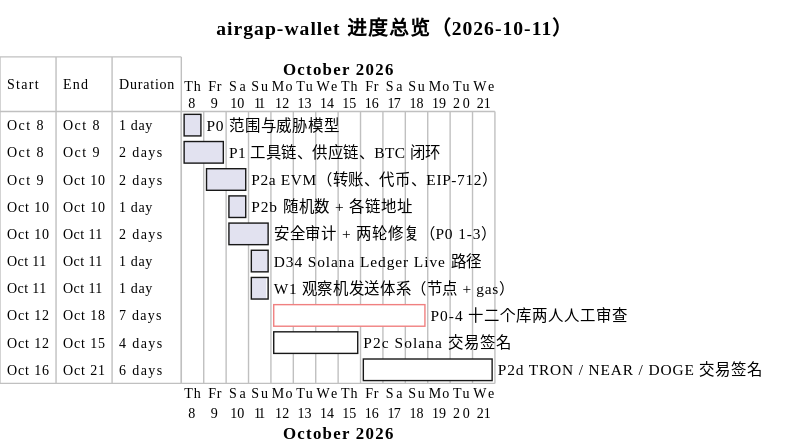
Well365/si4ColdWallet keeps this PlantUML diagram as docs/progress/overview.svg. Above is the earlier version. The source it was exported from:
```plantuml
@startgantt overview
title airgap-wallet 进度总览（2026-10-11）
skinparam defaultFontName "PingFang SC"
project starts 2026-10-08
[P0 范围与威胁模型] starts 2026-10-08 and lasts 1 day
[P0 范围与威胁模型] is 100% completed
[P1 工具链、供应链、BTC 闭环] starts 2026-10-08 and lasts 2 days
[P1 工具链、供应链、BTC 闭环] is 100% completed
[P2a EVM（转账、代币、EIP-712）] starts 2026-10-09 and lasts 2 days
[P2a EVM（转账、代币、EIP-712）] is 100% completed
[P2b 随机数 + 各链地址] starts 2026-10-10 and lasts 1 day
[P2b 随机数 + 各链地址] is 100% completed
[安全审计 + 两轮修复（P0 1-3）] starts 2026-10-10 and lasts 2 days
[安全审计 + 两轮修复（P0 1-3）] is 100% completed
[D34 Solana Ledger Live 路径] starts 2026-10-11 and lasts 1 day
[D34 Solana Ledger Live 路径] is 100% completed
[W1 观察机发送体系（节点 + gas）] starts 2026-10-11 and lasts 1 day
[W1 观察机发送体系（节点 + gas）] is 90% completed
[P0-4 十二个库两人人工审查] starts 2026-10-12 and lasts 7 days
[P0-4 十二个库两人人工审查] is 0% completed
[P0-4 十二个库两人人工审查] is colored in LightCoral
[P2c Solana 交易签名] starts 2026-10-12 and lasts 4 days
[P2c Solana 交易签名] is 0% completed
[P2d TRON / NEAR / DOGE 交易签名] starts 2026-10-16 and lasts 6 days
[P2d TRON / NEAR / DOGE 交易签名] is 0% completed
@endgantt
```
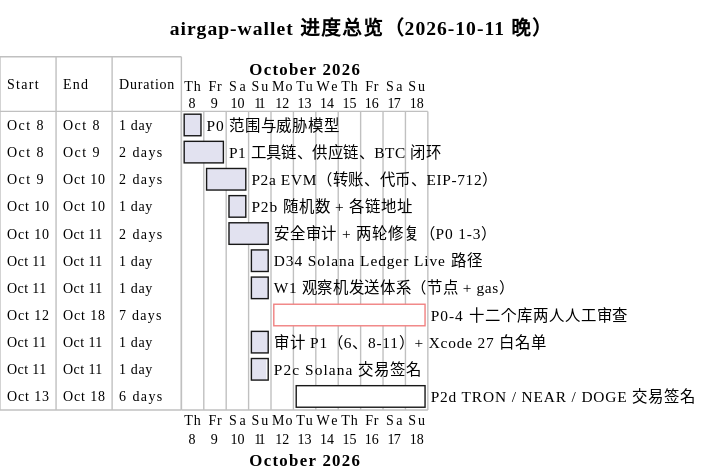
The same file after the commit.

Commit message:
docs: D37 Solana rules, threat-model SOL row, P2c Feynman report (zh/en), progress diagrams

Diff of the diagram source:
```diff
@@ -1,5 +1,5 @@
 @startgantt overview
-title airgap-wallet 进度总览（2026-10-11）
+title airgap-wallet 进度总览（2026-10-11 晚）
 skinparam defaultFontName "PingFang SC"
 project starts 2026-10-08
 [P0 范围与威胁模型] starts 2026-10-08 and lasts 1 day
@@ -15,12 +15,14 @@
 [D34 Solana Ledger Live 路径] starts 2026-10-11 and lasts 1 day
 [D34 Solana Ledger Live 路径] is 100% completed
 [W1 观察机发送体系（节点 + gas）] starts 2026-10-11 and lasts 1 day
-[W1 观察机发送体系（节点 + gas）] is 90% completed
+[W1 观察机发送体系（节点 + gas）] is 100% completed
 [P0-4 十二个库两人人工审查] starts 2026-10-12 and lasts 7 days
 [P0-4 十二个库两人人工审查] is 0% completed
 [P0-4 十二个库两人人工审查] is colored in LightCoral
-[P2c Solana 交易签名] starts 2026-10-12 and lasts 4 days
-[P2c Solana 交易签名] is 0% completed
-[P2d TRON / NEAR / DOGE 交易签名] starts 2026-10-16 and lasts 6 days
+[审计 P1（6、8-11）+ Xcode 27 白名单] starts 2026-10-11 and lasts 1 day
+[审计 P1（6、8-11）+ Xcode 27 白名单] is 100% completed
+[P2c Solana 交易签名] starts 2026-10-11 and lasts 1 day
+[P2c Solana 交易签名] is 90% completed
+[P2d TRON / NEAR / DOGE 交易签名] starts 2026-10-13 and lasts 6 days
 [P2d TRON / NEAR / DOGE 交易签名] is 0% completed
 @endgantt
```
